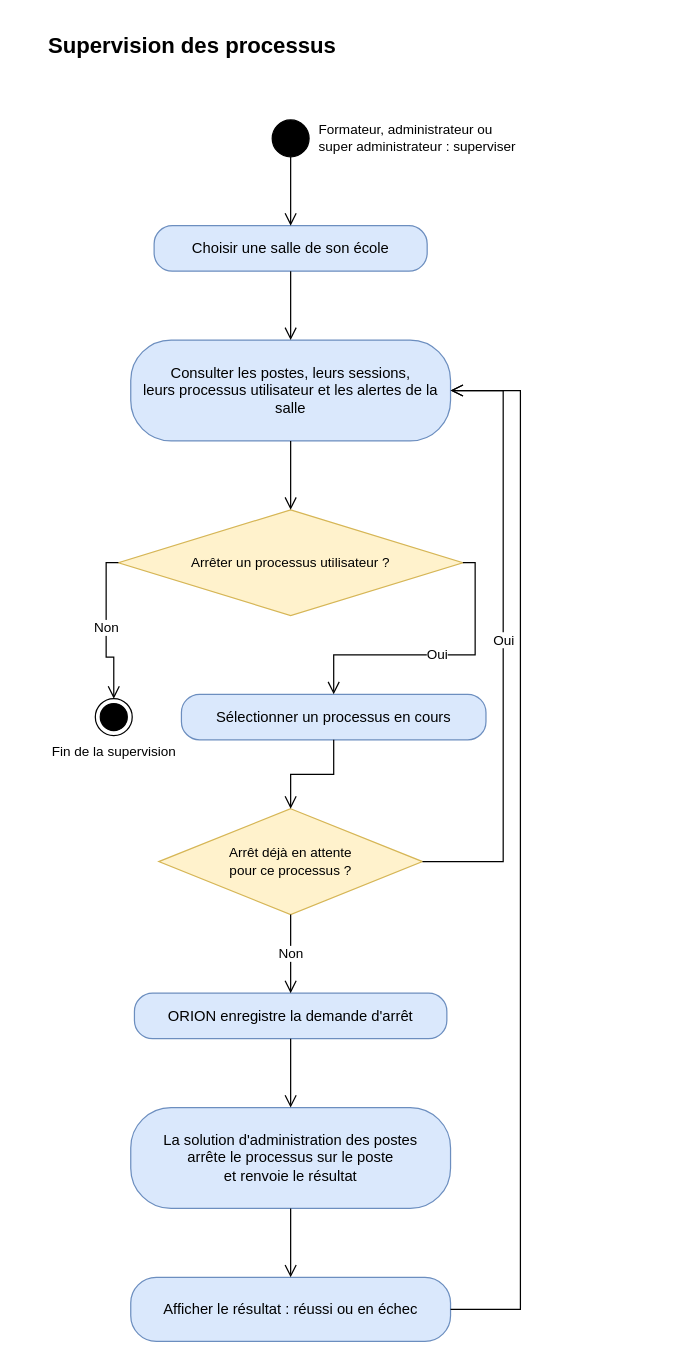
Before: page "Supervision des processus" (5 of 10) of docs/02-ANALYSE/01-MODELISATION-METIER/02-DIAGRAMMES-ACTIVITE.drawio in bpierrelouis/aster, a draw.io diagram. Source tidied: cells renumbered, new cells numbered last; positions are measured from the earlier drawing's top-left corner, leaving out a move shared by most shapes. Both pictures are drawn from the tidied source at 123%, with x=0, y=0 at pixel (46, 27).
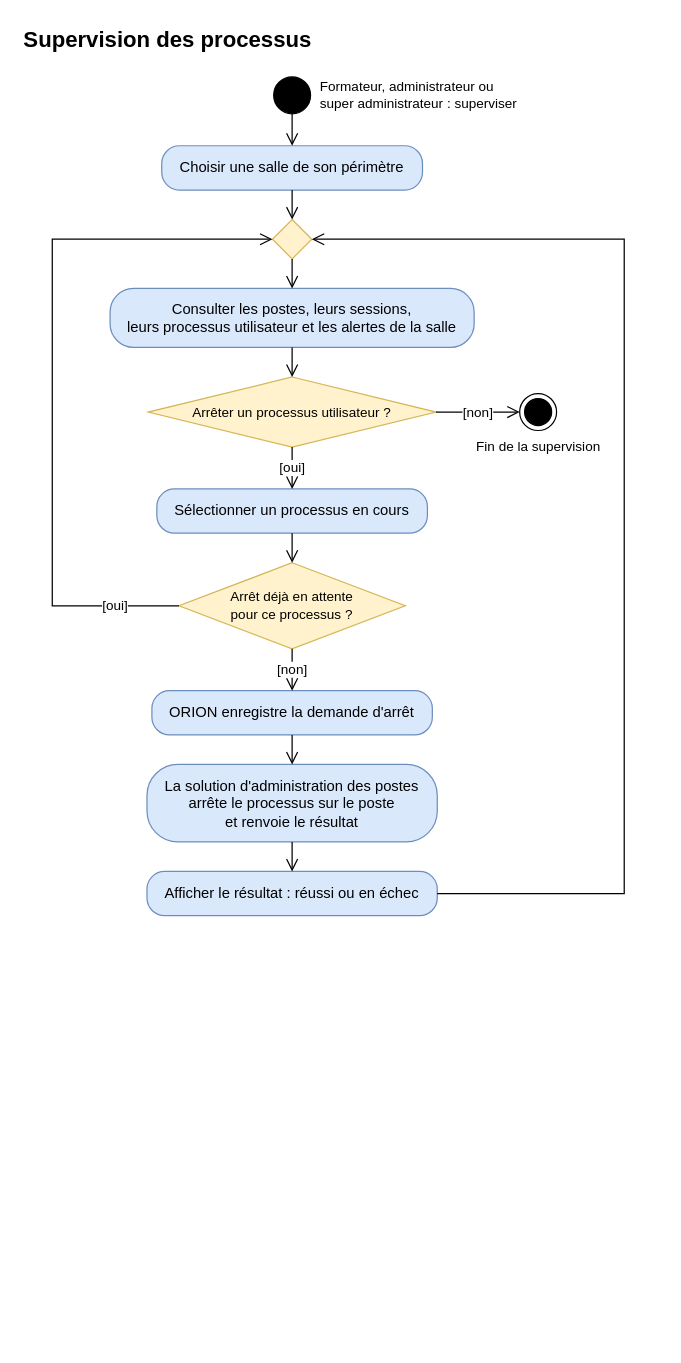
The same page after the edit.

The edit, as a diff of the source:
```diff
@@
     <mxCell id="2" value="Supervision des processus" style="text;html=1;align=left;verticalAlign=middle;strokeColor=none;fillColor=none;fontSize=18;fontStyle=1;" parent="1" vertex="1">
-      <mxGeometry width="500" height="30" as="geometry" />
+      <mxGeometry x="-20" y="-5" width="226" height="30" as="geometry" />
     </mxCell>
     <mxCell id="3" value="Formateur, administrateur ou&lt;br&gt;super administrateur : superviser" style="ellipse;html=1;fillColor=#000000;strokeColor=#000000;fontSize=11;labelPosition=right;verticalLabelPosition=middle;align=left;verticalAlign=middle;spacingLeft=6;" parent="1" vertex="1">
-      <mxGeometry x="183.8" y="75" width="30" height="30" as="geometry" />
+      <mxGeometry x="185" y="40" width="30" height="30" as="geometry" />
     </mxCell>
-    <mxCell id="4" value="Choisir une salle de son école" style="rounded=1;arcSize=40;whiteSpace=wrap;html=1;fontSize=12;fillColor=#dae8fc;strokeColor=#6c8ebf;" parent="1" vertex="1">
-      <mxGeometry x="87.8" y="161" width="222" height="37" as="geometry" />
+    <mxCell id="4" value="Choisir une salle de son périmètre" style="rounded=1;arcSize=40;whiteSpace=wrap;html=1;fontSize=12;fillColor=#dae8fc;strokeColor=#6c8ebf;" parent="1" vertex="1">
+      <mxGeometry x="94" y="96" width="212" height="36" as="geometry" />
     </mxCell>
+    <mxCell id="24" style="rhombus;whiteSpace=wrap;html=1;fontSize=11;fillColor=#fff2cc;strokeColor=#d6b656;" parent="1" vertex="1">
+      <mxGeometry x="184" y="156" width="32" height="32" as="geometry" />
+    </mxCell>
     <mxCell id="5" value="Consulter les postes, leurs sessions,&lt;br&gt;leurs processus utilisateur et les alertes de la salle" style="rounded=1;arcSize=40;whiteSpace=wrap;html=1;fontSize=12;fillColor=#dae8fc;strokeColor=#6c8ebf;" parent="1" vertex="1">
-      <mxGeometry x="68.8" y="254" width="260" height="82" as="geometry" />
+      <mxGeometry x="52" y="212" width="296" height="48" as="geometry" />
     </mxCell>
     <mxCell id="6" value="Arrêter un processus utilisateur ?" style="rhombus;whiteSpace=wrap;html=1;fontSize=11;fillColor=#fff2cc;strokeColor=#d6b656;" parent="1" vertex="1">
-      <mxGeometry x="58.8" y="392" width="280" height="86" as="geometry" />
+      <mxGeometry x="83" y="284" width="234" height="57" as="geometry" />
     </mxCell>
     <mxCell id="7" value="Fin de la supervision" style="ellipse;html=1;shape=endState;fillColor=#000000;strokeColor=#000000;verticalLabelPosition=bottom;verticalAlign=top;fontSize=11;" parent="1" vertex="1">
-      <mxGeometry x="40" y="545.5" width="30" height="30" as="geometry" />
+      <mxGeometry x="385" y="297.5" width="30" height="30" as="geometry" />
     </mxCell>
     <mxCell id="8" value="Sélectionner un processus en cours" style="rounded=1;arcSize=40;whiteSpace=wrap;html=1;fontSize=12;fillColor=#dae8fc;strokeColor=#6c8ebf;" parent="1" vertex="1">
-      <mxGeometry x="110" y="542" width="247.6" height="37" as="geometry" />
+      <mxGeometry x="90" y="375" width="220" height="36" as="geometry" />
     </mxCell>
     <mxCell id="9" value="Arrêt déjà en attente&lt;br&gt;pour ce processus ?" style="rhombus;whiteSpace=wrap;html=1;fontSize=11;fillColor=#fff2cc;strokeColor=#d6b656;" parent="1" vertex="1">
-      <mxGeometry x="91.6" y="635" width="214.4" height="86" as="geometry" />
+      <mxGeometry x="108" y="435" width="184" height="70" as="geometry" />
     </mxCell>
     <mxCell id="10" value="ORION enregistre la demande d'arrêt" style="rounded=1;arcSize=40;whiteSpace=wrap;html=1;fontSize=12;fillColor=#dae8fc;strokeColor=#6c8ebf;" parent="1" vertex="1">
-      <mxGeometry x="71.8" y="785" width="254" height="37" as="geometry" />
+      <mxGeometry x="86" y="539" width="228" height="36" as="geometry" />
     </mxCell>
     <mxCell id="11" value="La solution d'administration des postes&lt;br&gt;arrête le processus sur le poste&lt;br&gt;et renvoie le résultat" style="rounded=1;arcSize=40;whiteSpace=wrap;html=1;fontSize=12;fillColor=#dae8fc;strokeColor=#6c8ebf;" parent="1" vertex="1">
-      <mxGeometry x="68.8" y="878" width="260" height="82" as="geometry" />
+      <mxGeometry x="82" y="599" width="236" height="63" as="geometry" />
     </mxCell>
     <mxCell id="12" value="Afficher le résultat : réussi ou en échec" style="rounded=1;arcSize=40;whiteSpace=wrap;html=1;fontSize=12;fillColor=#dae8fc;strokeColor=#6c8ebf;" parent="1" vertex="1">
-      <mxGeometry x="68.8" y="1016" width="260" height="52" as="geometry" />
+      <mxGeometry x="82" y="686" width="236" height="36" as="geometry" />
     </mxCell>
@@
-    <mxCell id="14" style="edgeStyle=orthogonalEdgeStyle;endArrow=open;endSize=8;html=1;rounded=0;fontSize=11;labelBackgroundColor=#ffffff;exitX=0.5;exitY=1;exitDx=0;exitDy=0;entryX=0.5;entryY=0;entryDx=0;entryDy=0;" parent="1" edge="1" source="4" target="5">
+    <mxCell id="14" style="edgeStyle=orthogonalEdgeStyle;endArrow=open;endSize=8;html=1;rounded=0;fontSize=11;labelBackgroundColor=#ffffff;exitX=0.5;exitY=1;exitDx=0;exitDy=0;entryX=0.5;entryY=0;entryDx=0;entryDy=0;" parent="1" edge="1" source="4" target="24">
       <mxGeometry relative="1" as="geometry" />
     </mxCell>
-    <mxCell id="15" style="edgeStyle=orthogonalEdgeStyle;endArrow=open;endSize=8;html=1;rounded=0;fontSize=11;labelBackgroundColor=#ffffff;exitX=0.5;exitY=1;exitDx=0;exitDy=0;entryX=0.5;entryY=0;entryDx=0;entryDy=0;" parent="1" edge="1" source="5" target="6">
+    <mxCell id="15" style="edgeStyle=orthogonalEdgeStyle;endArrow=open;endSize=8;html=1;rounded=0;fontSize=11;labelBackgroundColor=#ffffff;exitX=0.5;exitY=1;exitDx=0;exitDy=0;entryX=0.5;entryY=0;entryDx=0;entryDy=0;" parent="1" edge="1" source="24" target="5">
       <mxGeometry relative="1" as="geometry" />
     </mxCell>
-    <mxCell id="16" value="Non" style="edgeStyle=orthogonalEdgeStyle;endArrow=open;endSize=8;html=1;rounded=0;fontSize=11;labelBackgroundColor=#ffffff;exitX=0;exitY=0.5;exitDx=0;exitDy=0;entryX=0.5;entryY=0;entryDx=0;entryDy=0;" parent="1" edge="1" source="6" target="7">
+    <mxCell id="16" style="edgeStyle=orthogonalEdgeStyle;endArrow=open;endSize=8;html=1;rounded=0;fontSize=11;labelBackgroundColor=#ffffff;exitX=0.5;exitY=1;exitDx=0;exitDy=0;entryX=0.5;entryY=0;entryDx=0;entryDy=0;" parent="1" edge="1" source="5" target="6">
       <mxGeometry relative="1" as="geometry" />
     </mxCell>
-    <mxCell id="17" value="Oui" style="edgeStyle=orthogonalEdgeStyle;endArrow=open;endSize=8;html=1;rounded=0;fontSize=11;labelBackgroundColor=#ffffff;exitX=1;exitY=0.5;exitDx=0;exitDy=0;entryX=0.5;entryY=0;entryDx=0;entryDy=0;" parent="1" edge="1" source="6" target="8">
+    <mxCell id="17" value="[non]" style="edgeStyle=orthogonalEdgeStyle;endArrow=open;endSize=8;html=1;rounded=0;fontSize=11;labelBackgroundColor=#ffffff;exitX=1;exitY=0.5;exitDx=0;exitDy=0;entryX=0;entryY=0.5;entryDx=0;entryDy=0;" parent="1" edge="1" source="6" target="7">
       <mxGeometry relative="1" as="geometry" />
     </mxCell>
-    <mxCell id="18" style="edgeStyle=orthogonalEdgeStyle;endArrow=open;endSize=8;html=1;rounded=0;fontSize=11;labelBackgroundColor=#ffffff;exitX=0.5;exitY=1;exitDx=0;exitDy=0;entryX=0.5;entryY=0;entryDx=0;entryDy=0;" parent="1" edge="1" source="8" target="9">
+    <mxCell id="18" value="[oui]" style="edgeStyle=orthogonalEdgeStyle;endArrow=open;endSize=8;html=1;rounded=0;fontSize=11;labelBackgroundColor=#ffffff;exitX=0.5;exitY=1;exitDx=0;exitDy=0;entryX=0.5;entryY=0;entryDx=0;entryDy=0;" parent="1" edge="1" source="6" target="8">
       <mxGeometry relative="1" as="geometry" />
     </mxCell>
-    <mxCell id="19" value="Oui" style="edgeStyle=orthogonalEdgeStyle;endArrow=open;endSize=8;html=1;rounded=0;fontSize=11;labelBackgroundColor=#ffffff;exitX=1;exitY=0.5;exitDx=0;exitDy=0;entryX=1;entryY=0.5;entryDx=0;entryDy=0;" parent="1" edge="1" source="9" target="5">
-      <mxGeometry relative="1" as="geometry">
-        <Array as="points">
-          <mxPoint x="371.6" y="678" />
-          <mxPoint x="371.6" y="295" />
-        </Array>
-      </mxGeometry>
+    <mxCell id="19" style="edgeStyle=orthogonalEdgeStyle;endArrow=open;endSize=8;html=1;rounded=0;fontSize=11;labelBackgroundColor=#ffffff;exitX=0.5;exitY=1;exitDx=0;exitDy=0;entryX=0.5;entryY=0;entryDx=0;entryDy=0;" parent="1" edge="1" source="8" target="9">
+      <mxGeometry relative="1" as="geometry" />
     </mxCell>
-    <mxCell id="20" value="Non" style="edgeStyle=orthogonalEdgeStyle;endArrow=open;endSize=8;html=1;rounded=0;fontSize=11;labelBackgroundColor=#ffffff;exitX=0.5;exitY=1;exitDx=0;exitDy=0;entryX=0.5;entryY=0;entryDx=0;entryDy=0;" parent="1" edge="1" source="9" target="10">
-      <mxGeometry relative="1" as="geometry" />
+    <mxCell id="20" value="[oui]" style="edgeStyle=orthogonalEdgeStyle;endArrow=open;endSize=8;html=1;rounded=0;fontSize=11;labelBackgroundColor=#ffffff;exitX=0;exitY=0.5;exitDx=0;exitDy=0;entryX=0;entryY=0.5;entryDx=0;entryDy=0;" parent="1" edge="1" source="9" target="24">
+      <mxGeometry x="-0.82" relative="1" as="geometry">
+        <Array as="points">
+          <mxPoint x="5" y="470" />
+          <mxPoint x="5" y="172" />
+        </Array>
+      </mxGeometry>
     </mxCell>
-    <mxCell id="21" style="edgeStyle=orthogonalEdgeStyle;endArrow=open;endSize=8;html=1;rounded=0;fontSize=11;labelBackgroundColor=#ffffff;exitX=0.5;exitY=1;exitDx=0;exitDy=0;entryX=0.5;entryY=0;entryDx=0;entryDy=0;" parent="1" edge="1" source="10" target="11">
+    <mxCell id="21" value="[non]" style="edgeStyle=orthogonalEdgeStyle;endArrow=open;endSize=8;html=1;rounded=0;fontSize=11;labelBackgroundColor=#ffffff;exitX=0.5;exitY=1;exitDx=0;exitDy=0;entryX=0.5;entryY=0;entryDx=0;entryDy=0;" parent="1" edge="1" source="9" target="10">
       <mxGeometry relative="1" as="geometry" />
     </mxCell>
-    <mxCell id="22" style="edgeStyle=orthogonalEdgeStyle;endArrow=open;endSize=8;html=1;rounded=0;fontSize=11;labelBackgroundColor=#ffffff;exitX=0.5;exitY=1;exitDx=0;exitDy=0;entryX=0.5;entryY=0;entryDx=0;entryDy=0;" parent="1" edge="1" source="11" target="12">
+    <mxCell id="22" style="edgeStyle=orthogonalEdgeStyle;endArrow=open;endSize=8;html=1;rounded=0;fontSize=11;labelBackgroundColor=#ffffff;exitX=0.5;exitY=1;exitDx=0;exitDy=0;entryX=0.5;entryY=0;entryDx=0;entryDy=0;" parent="1" edge="1" source="10" target="11">
       <mxGeometry relative="1" as="geometry" />
     </mxCell>
-    <mxCell id="23" style="edgeStyle=orthogonalEdgeStyle;endArrow=open;endSize=8;html=1;rounded=0;fontSize=11;labelBackgroundColor=#ffffff;exitX=1;exitY=0.5;exitDx=0;exitDy=0;entryX=1;entryY=0.5;entryDx=0;entryDy=0;" parent="1" edge="1" source="12" target="5">
-      <mxGeometry relative="1" as="geometry">
-        <Array as="points">
-          <mxPoint x="385.6" y="1042" />
-          <mxPoint x="385.6" y="295" />
-        </Array>
-      </mxGeometry>
+    <mxCell id="23" style="edgeStyle=orthogonalEdgeStyle;endArrow=open;endSize=8;html=1;rounded=0;fontSize=11;labelBackgroundColor=#ffffff;exitX=0.5;exitY=1;exitDx=0;exitDy=0;entryX=0.5;entryY=0;entryDx=0;entryDy=0;" parent="1" edge="1" source="11" target="12">
+      <mxGeometry relative="1" as="geometry" />
     </mxCell>
+    <mxCell id="25" style="edgeStyle=orthogonalEdgeStyle;endArrow=open;endSize=8;html=1;rounded=0;fontSize=11;labelBackgroundColor=#ffffff;exitX=1;exitY=0.5;exitDx=0;exitDy=0;entryX=1;entryY=0.5;entryDx=0;entryDy=0;" parent="1" edge="1" source="12" target="24">
+      <mxGeometry relative="1" as="geometry">
+        <Array as="points">
+          <mxPoint x="470" y="704" />
+          <mxPoint x="470" y="172" />
+        </Array>
+      </mxGeometry>
+    </mxCell>
```
